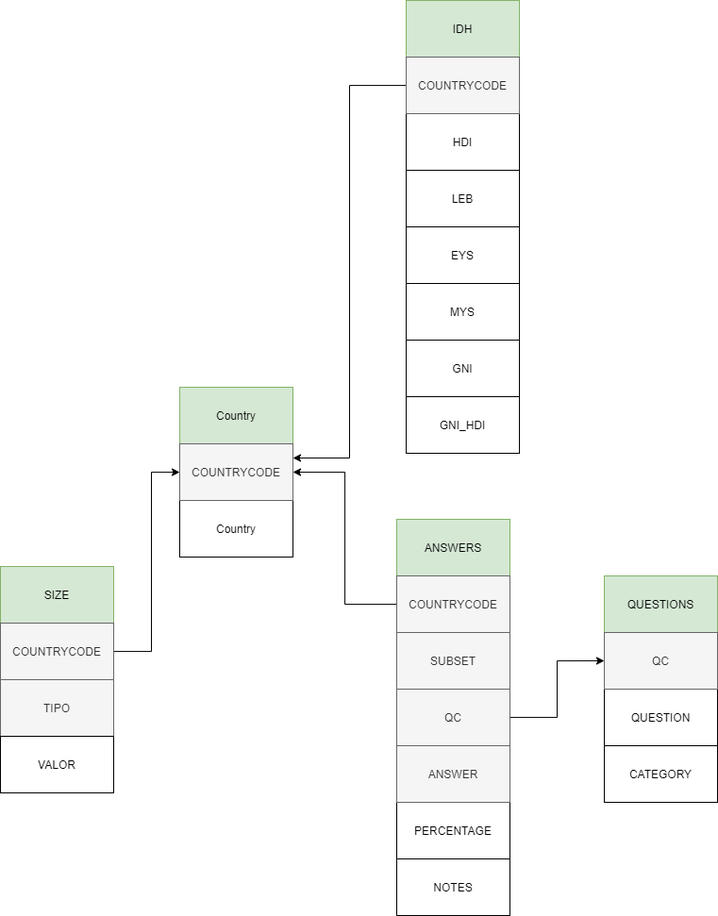
Earlier version of the draw.io export diagrama/diagrama.png (FranciscoNevesT/Trabalho-ICD). Source tidied: cells renumbered, new cells last; positions are measured from the earlier drawing's top-left corner, leaving out a move shared by most shapes. Source of this version:
```xml
<mxGraphModel>
  <root>
    <mxCell id="0" />
    <mxCell id="1" parent="0" />
    <mxCell id="2" value="Country" style="rounded=0;whiteSpace=wrap;html=1;fillColor=#d5e8d4;strokeColor=#82b366;" parent="1" vertex="1">
      <mxGeometry x="190" y="410" width="120" height="60" as="geometry" />
    </mxCell>
    <mxCell id="3" value="Country" style="rounded=0;whiteSpace=wrap;html=1;" parent="1" vertex="1">
      <mxGeometry x="190" y="530" width="120" height="60" as="geometry" />
    </mxCell>
    <mxCell id="4" value="COUNTRYCODE" style="rounded=0;whiteSpace=wrap;html=1;fillColor=#f5f5f5;strokeColor=#666666;fontColor=#333333;" parent="1" vertex="1">
      <mxGeometry x="190" y="470" width="120" height="60" as="geometry" />
    </mxCell>
    <mxCell id="5" value="QUESTIONS" style="rounded=0;whiteSpace=wrap;html=1;fillColor=#d5e8d4;strokeColor=#82b366;" parent="1" vertex="1">
      <mxGeometry x="640" y="610" width="120" height="60" as="geometry" />
    </mxCell>
    <mxCell id="6" value="QUESTION" style="rounded=0;whiteSpace=wrap;html=1;" parent="1" vertex="1">
      <mxGeometry x="640" y="730" width="120" height="60" as="geometry" />
    </mxCell>
    <mxCell id="7" value="QC" style="rounded=0;whiteSpace=wrap;html=1;fillColor=#f5f5f5;strokeColor=#666666;fontColor=#333333;" parent="1" vertex="1">
      <mxGeometry x="640" y="670" width="120" height="60" as="geometry" />
    </mxCell>
    <mxCell id="8" value="CATEGORY" style="rounded=0;whiteSpace=wrap;html=1;" parent="1" vertex="1">
      <mxGeometry x="640" y="790" width="120" height="60" as="geometry" />
    </mxCell>
    <mxCell id="9" value="ANSWERS" style="rounded=0;whiteSpace=wrap;html=1;fillColor=#d5e8d4;strokeColor=#82b366;" parent="1" vertex="1">
      <mxGeometry x="420" y="550" width="120" height="60" as="geometry" />
    </mxCell>
    <mxCell id="10" style="edgeStyle=orthogonalEdgeStyle;rounded=0;jettySize=auto;html=1;entryX=1;entryY=0.5;entryDx=0;entryDy=0;" parent="1" edge="1" source="11" target="4">
      <mxGeometry relative="1" as="geometry" />
    </mxCell>
    <mxCell id="11" value="COUNTRYCODE" style="rounded=0;whiteSpace=wrap;html=1;fillColor=#f5f5f5;strokeColor=#666666;fontColor=#333333;" parent="1" vertex="1">
      <mxGeometry x="420" y="610" width="120" height="60" as="geometry" />
    </mxCell>
    <mxCell id="12" value="PERCENTAGE" style="rounded=0;whiteSpace=wrap;html=1;" parent="1" vertex="1">
      <mxGeometry x="420" y="850" width="120" height="60" as="geometry" />
    </mxCell>
    <mxCell id="13" value="NOTES" style="rounded=0;whiteSpace=wrap;html=1;" parent="1" vertex="1">
      <mxGeometry x="420" y="910" width="120" height="60" as="geometry" />
    </mxCell>
    <mxCell id="14" value="SUBSET" style="rounded=0;whiteSpace=wrap;html=1;fillColor=#f5f5f5;strokeColor=#666666;fontColor=#333333;" parent="1" vertex="1">
      <mxGeometry x="420" y="670" width="120" height="60" as="geometry" />
    </mxCell>
    <mxCell id="15" style="edgeStyle=orthogonalEdgeStyle;rounded=0;jettySize=auto;html=1;entryX=0;entryY=0.5;entryDx=0;entryDy=0;" parent="1" edge="1" source="16" target="7">
      <mxGeometry relative="1" as="geometry" />
    </mxCell>
    <mxCell id="16" value="QC" style="rounded=0;whiteSpace=wrap;html=1;fillColor=#f5f5f5;strokeColor=#666666;fontColor=#333333;" parent="1" vertex="1">
      <mxGeometry x="420" y="730" width="120" height="60" as="geometry" />
    </mxCell>
    <mxCell id="17" value="ANSWER" style="rounded=0;whiteSpace=wrap;html=1;fillColor=#f5f5f5;strokeColor=#666666;fontColor=#333333;" parent="1" vertex="1">
      <mxGeometry x="420" y="790" width="120" height="60" as="geometry" />
    </mxCell>
    <mxCell id="18" value="SIZE" style="rounded=0;whiteSpace=wrap;html=1;fillColor=#d5e8d4;strokeColor=#82b366;" parent="1" vertex="1">
      <mxGeometry y="600" width="120" height="60" as="geometry" />
    </mxCell>
    <mxCell id="19" value="TIPO" style="rounded=0;whiteSpace=wrap;html=1;fillColor=#f5f5f5;strokeColor=#666666;fontColor=#333333;" parent="1" vertex="1">
      <mxGeometry y="720" width="120" height="60" as="geometry" />
    </mxCell>
    <mxCell id="20" style="edgeStyle=orthogonalEdgeStyle;rounded=0;jettySize=auto;html=1;" parent="1" edge="1" source="21" target="4">
      <mxGeometry relative="1" as="geometry">
        <Array as="points">
          <mxPoint x="160" y="690" />
          <mxPoint x="160" y="500" />
        </Array>
      </mxGeometry>
    </mxCell>
    <mxCell id="21" value="COUNTRYCODE" style="rounded=0;whiteSpace=wrap;html=1;fillColor=#f5f5f5;strokeColor=#666666;fontColor=#333333;" parent="1" vertex="1">
      <mxGeometry y="660" width="120" height="60" as="geometry" />
    </mxCell>
    <mxCell id="22" value="VALOR&lt;br&gt;" style="rounded=0;whiteSpace=wrap;html=1;" parent="1" vertex="1">
      <mxGeometry y="780" width="120" height="60" as="geometry" />
    </mxCell>
    <mxCell id="23" value="IDH" style="rounded=0;whiteSpace=wrap;html=1;fillColor=#d5e8d4;strokeColor=#82b366;" parent="1" vertex="1">
      <mxGeometry x="430" width="120" height="60" as="geometry" />
    </mxCell>
    <mxCell id="24" value="HDI" style="rounded=0;whiteSpace=wrap;html=1;" parent="1" vertex="1">
      <mxGeometry x="430" y="120" width="120" height="60" as="geometry" />
    </mxCell>
    <mxCell id="25" style="edgeStyle=orthogonalEdgeStyle;rounded=0;jettySize=auto;html=1;entryX=1;entryY=0.25;entryDx=0;entryDy=0;" parent="1" edge="1" source="26" target="4">
      <mxGeometry relative="1" as="geometry" />
    </mxCell>
    <mxCell id="26" value="COUNTRYCODE" style="rounded=0;whiteSpace=wrap;html=1;fillColor=#f5f5f5;strokeColor=#666666;fontColor=#333333;" parent="1" vertex="1">
      <mxGeometry x="430" y="60" width="120" height="60" as="geometry" />
    </mxCell>
    <mxCell id="27" value="LEB" style="rounded=0;whiteSpace=wrap;html=1;" parent="1" vertex="1">
      <mxGeometry x="430" y="180" width="120" height="60" as="geometry" />
    </mxCell>
    <mxCell id="28" value="EYS" style="rounded=0;whiteSpace=wrap;html=1;" parent="1" vertex="1">
      <mxGeometry x="430" y="240" width="120" height="60" as="geometry" />
    </mxCell>
    <mxCell id="29" value="MYS" style="rounded=0;whiteSpace=wrap;html=1;" parent="1" vertex="1">
      <mxGeometry x="430" y="300" width="120" height="60" as="geometry" />
    </mxCell>
    <mxCell id="30" value="GNI" style="rounded=0;whiteSpace=wrap;html=1;" parent="1" vertex="1">
      <mxGeometry x="430" y="360" width="120" height="60" as="geometry" />
    </mxCell>
    <mxCell id="31" value="GNI_HDI" style="rounded=0;whiteSpace=wrap;html=1;" parent="1" vertex="1">
      <mxGeometry x="430" y="420" width="120" height="60" as="geometry" />
    </mxCell>
  </root>
</mxGraphModel>
```
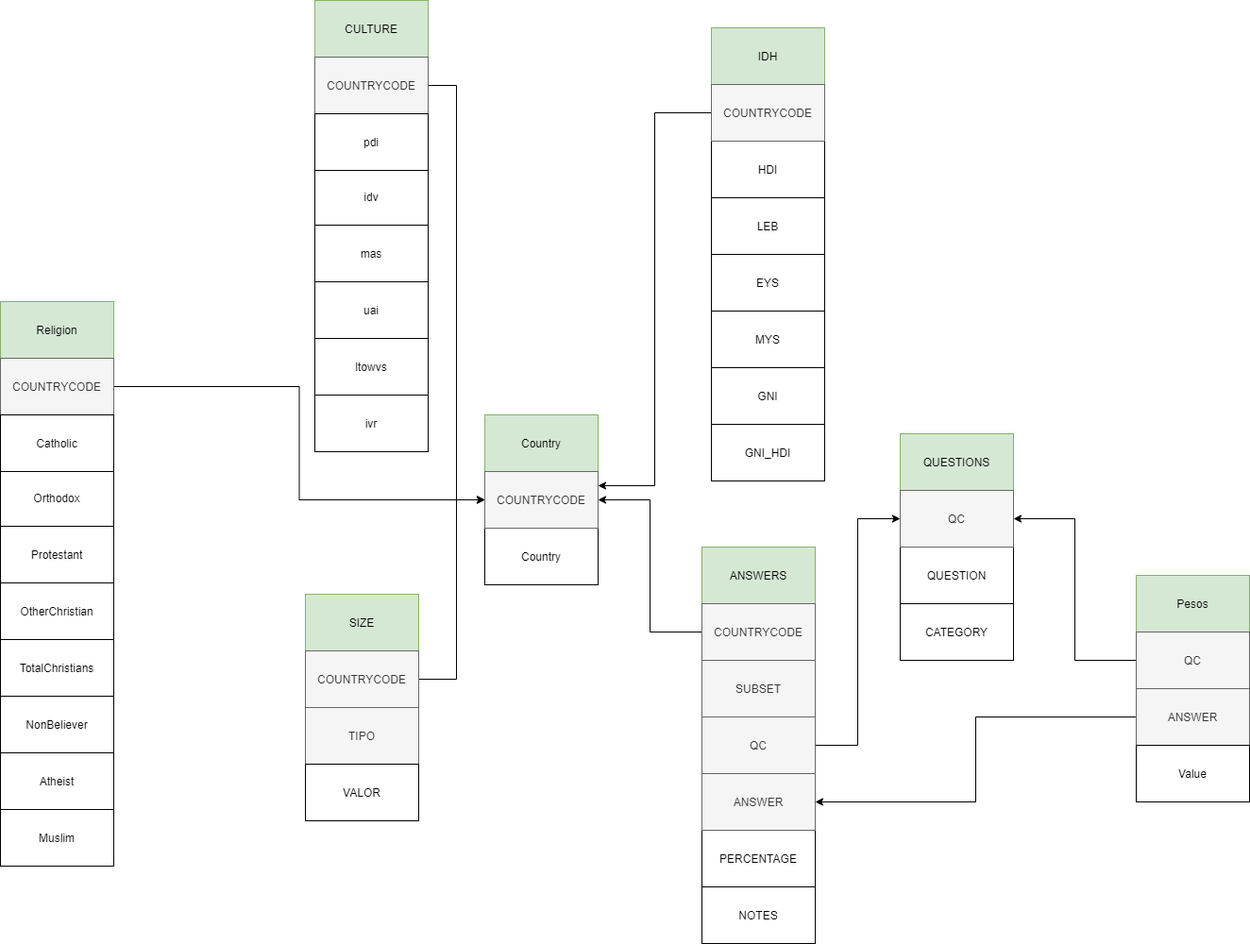
Above is the later version.

What changed in the source:
```diff
@@ -12,16 +12,16 @@
       <mxGeometry x="190" y="470" width="120" height="60" as="geometry" />
     </mxCell>
     <mxCell id="5" value="QUESTIONS" style="rounded=0;whiteSpace=wrap;html=1;fillColor=#d5e8d4;strokeColor=#82b366;" parent="1" vertex="1">
-      <mxGeometry x="640" y="610" width="120" height="60" as="geometry" />
+      <mxGeometry x="630" y="430" width="120" height="60" as="geometry" />
     </mxCell>
     <mxCell id="6" value="QUESTION" style="rounded=0;whiteSpace=wrap;html=1;" parent="1" vertex="1">
-      <mxGeometry x="640" y="730" width="120" height="60" as="geometry" />
+      <mxGeometry x="630" y="550" width="120" height="60" as="geometry" />
     </mxCell>
     <mxCell id="7" value="QC" style="rounded=0;whiteSpace=wrap;html=1;fillColor=#f5f5f5;strokeColor=#666666;fontColor=#333333;" parent="1" vertex="1">
-      <mxGeometry x="640" y="670" width="120" height="60" as="geometry" />
+      <mxGeometry x="630" y="490" width="120" height="60" as="geometry" />
     </mxCell>
     <mxCell id="8" value="CATEGORY" style="rounded=0;whiteSpace=wrap;html=1;" parent="1" vertex="1">
-      <mxGeometry x="640" y="790" width="120" height="60" as="geometry" />
+      <mxGeometry x="630" y="610" width="120" height="60" as="geometry" />
     </mxCell>
     <mxCell id="9" value="ANSWERS" style="rounded=0;whiteSpace=wrap;html=1;fillColor=#d5e8d4;strokeColor=#82b366;" parent="1" vertex="1">
       <mxGeometry x="420" y="550" width="120" height="60" as="geometry" />
@@ -97,5 +97,83 @@
     <mxCell id="31" value="GNI_HDI" style="rounded=0;whiteSpace=wrap;html=1;" parent="1" vertex="1">
       <mxGeometry x="430" y="420" width="120" height="60" as="geometry" />
     </mxCell>
+    <mxCell id="32" value="Pesos" style="rounded=0;whiteSpace=wrap;html=1;fillColor=#d5e8d4;strokeColor=#82b366;" parent="1" vertex="1">
+      <mxGeometry x="880" y="580" width="120" height="60" as="geometry" />
+    </mxCell>
+    <mxCell id="33" style="edgeStyle=orthogonalEdgeStyle;rounded=0;jettySize=auto;html=1;entryX=1;entryY=0.5;entryDx=0;entryDy=0;" parent="1" edge="1" source="34" target="17">
+      <mxGeometry relative="1" as="geometry" />
+    </mxCell>
+    <mxCell id="34" value="&lt;span style=&quot;color: rgb(51 , 51 , 51)&quot;&gt;ANSWER&lt;/span&gt;" style="rounded=0;whiteSpace=wrap;html=1;fillColor=#f5f5f5;strokeColor=#666666;fontColor=#333333;" parent="1" vertex="1">
+      <mxGeometry x="880" y="700" width="120" height="60" as="geometry" />
+    </mxCell>
+    <mxCell id="35" style="edgeStyle=orthogonalEdgeStyle;rounded=0;jettySize=auto;html=1;entryX=1;entryY=0.5;entryDx=0;entryDy=0;" parent="1" edge="1" source="36" target="7">
+      <mxGeometry relative="1" as="geometry" />
+    </mxCell>
+    <mxCell id="36" value="QC" style="rounded=0;whiteSpace=wrap;html=1;fillColor=#f5f5f5;strokeColor=#666666;fontColor=#333333;" parent="1" vertex="1">
+      <mxGeometry x="880" y="640" width="120" height="60" as="geometry" />
+    </mxCell>
+    <mxCell id="37" value="Value" style="rounded=0;whiteSpace=wrap;html=1;" parent="1" vertex="1">
+      <mxGeometry x="880" y="760" width="120" height="60" as="geometry" />
+    </mxCell>
+    <mxCell id="38" value="CULTURE" style="rounded=0;whiteSpace=wrap;html=1;fillColor=#d5e8d4;strokeColor=#82b366;" parent="1" vertex="1">
+      <mxGeometry x="10" y="-29" width="120" height="60" as="geometry" />
+    </mxCell>
+    <mxCell id="39" style="edgeStyle=orthogonalEdgeStyle;rounded=0;jettySize=auto;html=1;entryX=0;entryY=0.5;entryDx=0;entryDy=0;" parent="1" edge="1" source="40" target="4">
+      <mxGeometry relative="1" as="geometry" />
+    </mxCell>
+    <mxCell id="40" value="COUNTRYCODE" style="rounded=0;whiteSpace=wrap;html=1;fillColor=#f5f5f5;strokeColor=#666666;fontColor=#333333;" parent="1" vertex="1">
+      <mxGeometry x="10" y="31" width="120" height="60" as="geometry" />
+    </mxCell>
+    <mxCell id="41" value="idv" style="rounded=0;whiteSpace=wrap;html=1;" parent="1" vertex="1">
+      <mxGeometry x="10" y="149" width="120" height="60" as="geometry" />
+    </mxCell>
+    <mxCell id="42" value="pdi" style="rounded=0;whiteSpace=wrap;html=1;" parent="1" vertex="1">
+      <mxGeometry x="10" y="91" width="120" height="60" as="geometry" />
+    </mxCell>
+    <mxCell id="43" value="uai" style="rounded=0;whiteSpace=wrap;html=1;" parent="1" vertex="1">
+      <mxGeometry x="10" y="269" width="120" height="60" as="geometry" />
+    </mxCell>
+    <mxCell id="44" value="mas" style="rounded=0;whiteSpace=wrap;html=1;" parent="1" vertex="1">
+      <mxGeometry x="10" y="209" width="120" height="60" as="geometry" />
+    </mxCell>
+    <mxCell id="45" value="ivr" style="rounded=0;whiteSpace=wrap;html=1;" parent="1" vertex="1">
+      <mxGeometry x="10" y="389" width="120" height="60" as="geometry" />
+    </mxCell>
+    <mxCell id="46" value="ltowvs" style="rounded=0;whiteSpace=wrap;html=1;" parent="1" vertex="1">
+      <mxGeometry x="10" y="329" width="120" height="60" as="geometry" />
+    </mxCell>
+    <mxCell id="47" value="Religion&lt;br&gt;" style="rounded=0;whiteSpace=wrap;html=1;fillColor=#d5e8d4;strokeColor=#82b366;" parent="1" vertex="1">
+      <mxGeometry x="-323" y="290" width="120" height="60" as="geometry" />
+    </mxCell>
+    <mxCell id="48" style="edgeStyle=orthogonalEdgeStyle;rounded=0;jettySize=auto;html=1;entryX=0;entryY=0.5;entryDx=0;entryDy=0;" parent="1" edge="1" source="49" target="4">
+      <mxGeometry relative="1" as="geometry" />
+    </mxCell>
+    <mxCell id="49" value="COUNTRYCODE" style="rounded=0;whiteSpace=wrap;html=1;fillColor=#f5f5f5;strokeColor=#666666;fontColor=#333333;" parent="1" vertex="1">
+      <mxGeometry x="-323" y="350" width="120" height="60" as="geometry" />
+    </mxCell>
+    <mxCell id="50" value="Orthodox" style="rounded=0;whiteSpace=wrap;html=1;" parent="1" vertex="1">
+      <mxGeometry x="-323" y="468" width="120" height="60" as="geometry" />
+    </mxCell>
+    <mxCell id="51" value="Catholic" style="rounded=0;whiteSpace=wrap;html=1;" parent="1" vertex="1">
+      <mxGeometry x="-323" y="410" width="120" height="60" as="geometry" />
+    </mxCell>
+    <mxCell id="52" value="OtherChristian" style="rounded=0;whiteSpace=wrap;html=1;" parent="1" vertex="1">
+      <mxGeometry x="-323" y="588" width="120" height="60" as="geometry" />
+    </mxCell>
+    <mxCell id="53" value="Protestant" style="rounded=0;whiteSpace=wrap;html=1;" parent="1" vertex="1">
+      <mxGeometry x="-323" y="528" width="120" height="60" as="geometry" />
+    </mxCell>
+    <mxCell id="54" value="NonBeliever" style="rounded=0;whiteSpace=wrap;html=1;" parent="1" vertex="1">
+      <mxGeometry x="-323" y="708" width="120" height="60" as="geometry" />
+    </mxCell>
+    <mxCell id="55" value="TotalChristians" style="rounded=0;whiteSpace=wrap;html=1;" parent="1" vertex="1">
+      <mxGeometry x="-323" y="648" width="120" height="60" as="geometry" />
+    </mxCell>
+    <mxCell id="56" value="Atheist" style="rounded=0;whiteSpace=wrap;html=1;" parent="1" vertex="1">
+      <mxGeometry x="-323" y="768" width="120" height="60" as="geometry" />
+    </mxCell>
+    <mxCell id="57" value="Muslim" style="rounded=0;whiteSpace=wrap;html=1;" parent="1" vertex="1">
+      <mxGeometry x="-323" y="828" width="120" height="60" as="geometry" />
+    </mxCell>
   </root>
 </mxGraphModel>
```
